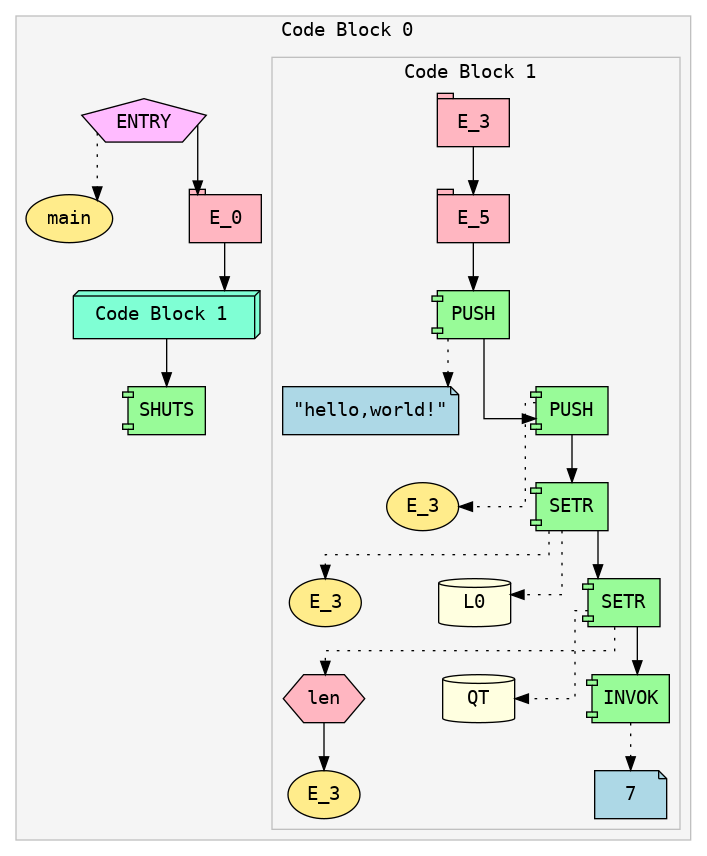
The Graphviz diagram ir.png in Soham-Metha/IICT_Segfault_2025, before a commit. Its source is kept beside it as ir.dot.
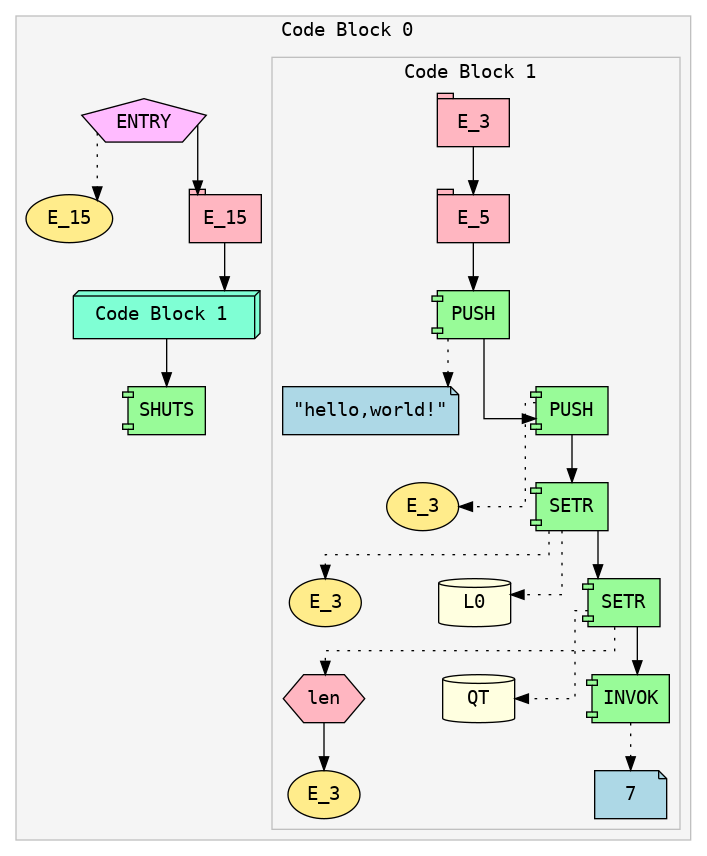
After the commit.

The edit, as a diff of the source:
```diff
@@ -9,9 +9,9 @@
 fillcolor=whitesmoke;
 fontname="Courier";
 Expr_1 [shape=pentagon style=filled fillcolor=plum1 fontname="Courier" label="ENTRY"]
-Expr_2 [shape=ellipse style=filled fillcolor=lightgoldenrod1 fontname="Courier" label="main"]
+Expr_2 [shape=ellipse style=filled fillcolor=lightgoldenrod1 fontname="Courier" label="E_15"]
 Expr_1 -> Expr_2 [style=dotted]
-Expr_3 [shape=tab style=filled fillcolor=lightpink fontname="Courier" label="E_0"]
+Expr_3 [shape=tab style=filled fillcolor=lightpink fontname="Courier" label="E_15"]
 Expr_1 -> Expr_3;
 subgraph cluster_4 {
 label="Code Block 1 ";
```
